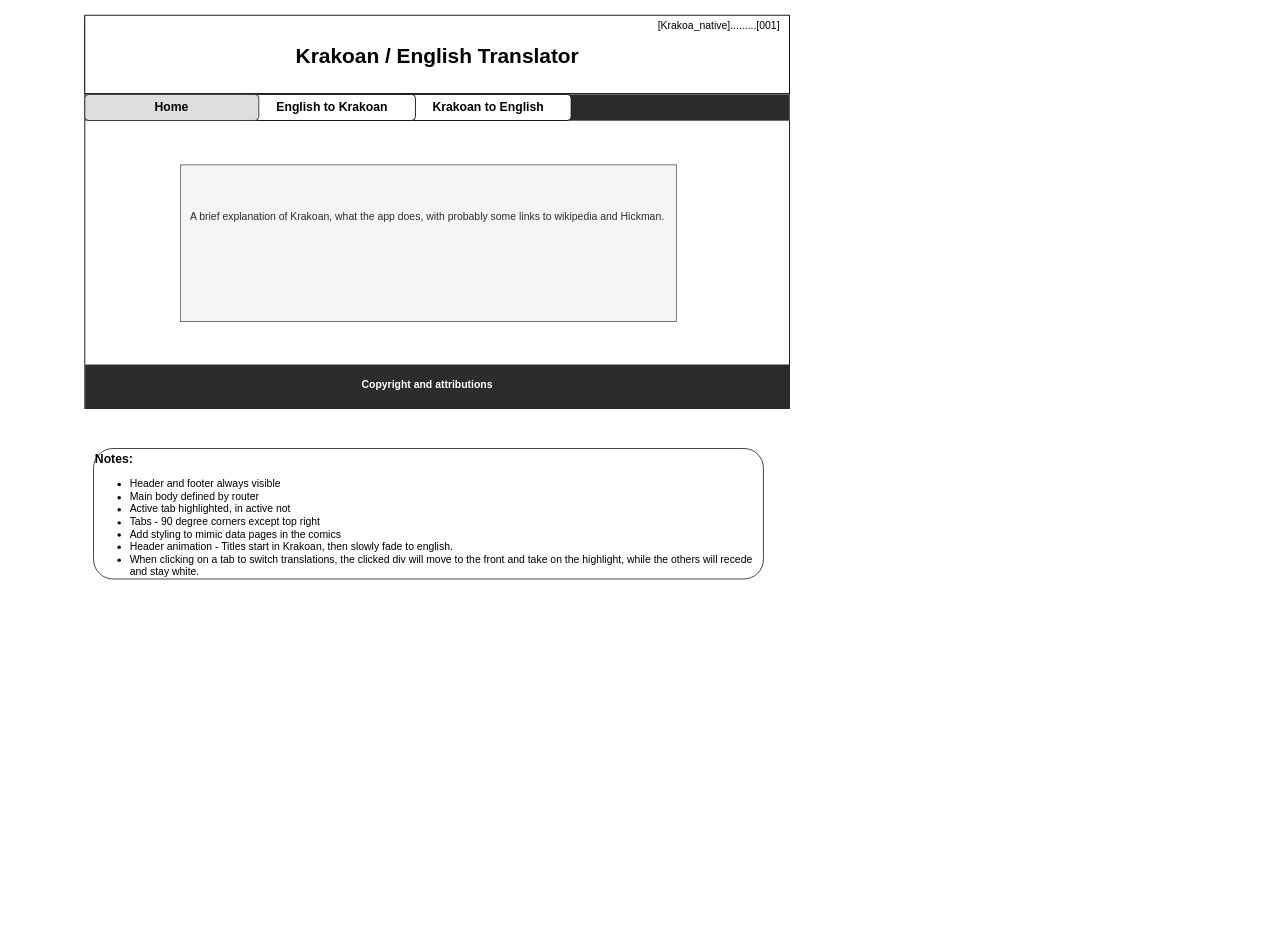
Before: page "K to E" (3 of 3) of mockup-flowchart/mock-up-krakoan-translator.drawio in CaseyPitman/krakoan-translator, a draw.io diagram. Source tidied: cells renumbered, new cells numbered last; positions are measured from the earlier drawing's top-left corner, leaving out a move shared by most shapes. Both pictures are drawn from the tidied source at 87%, with x=0, y=0 at pixel (84, 15).
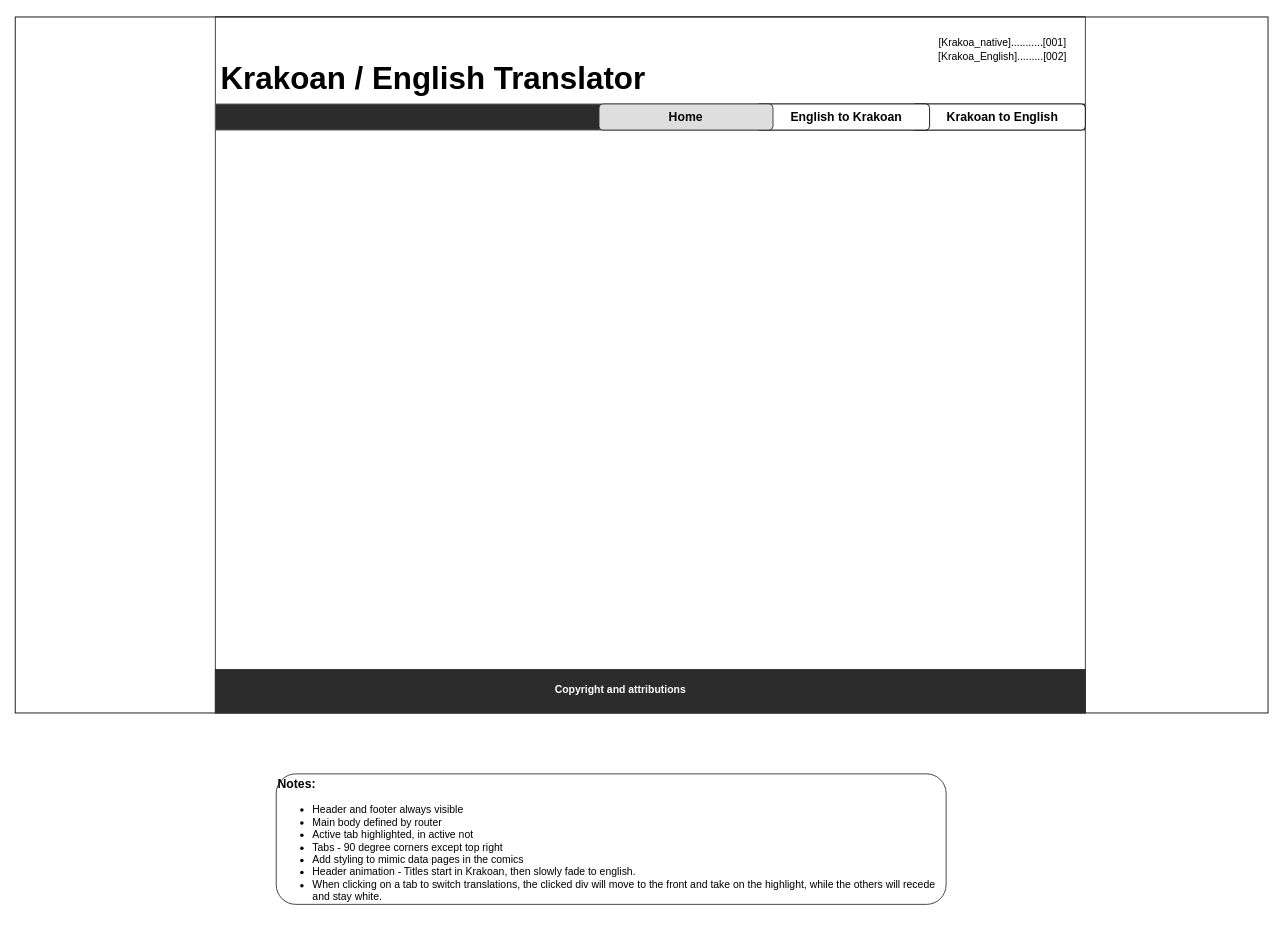
The same page after the edit.

Commit message:
Update mock-up-krakoan-translator.drawio: Mocked out actual width, added margins and data sheets styles to header.

What changed in the source:
```diff
@@
+    <mxCell id="20" style="rounded=0;whiteSpace=wrap;html=1;strokeColor=#2C2C2C;fillColor=none;gradientColor=none;fontColor=#000000;" parent="1" vertex="1">
+      <mxGeometry x="150" y="2" width="1000" height="100" as="geometry" />
+    </mxCell>
+    <mxCell id="3" style="rounded=0;whiteSpace=wrap;html=1;" parent="1" vertex="1">
+      <mxGeometry x="-80" y="2" width="1440" height="800" as="geometry" />
+    </mxCell>
+    <mxCell id="21" style="rounded=0;whiteSpace=wrap;html=1;strokeColor=#2C2C2C;gradientColor=none;fontColor=#000000;fillColor=none;" parent="1" vertex="1">
+      <mxGeometry x="150" y="2" width="1000" height="800" as="geometry" />
+    </mxCell>
     <mxCell id="2" value="&lt;h3&gt;Notes:&lt;/h3&gt;&lt;div&gt;&lt;ul&gt;&lt;li&gt;Header and footer always visible&lt;/li&gt;&lt;li&gt;Main body defined by router&lt;/li&gt;&lt;li&gt;Active tab highlighted, in active not&lt;/li&gt;&lt;li&gt;Tabs - 90 degree corners except top right&lt;/li&gt;&lt;li&gt;Add styling to mimic data pages in the comics&lt;/li&gt;&lt;li&gt;Header animation - Titles start in Krakoan, then slowly fade to english.&lt;/li&gt;&lt;li&gt;When clicking on a tab to switch translations, the clicked div will move to the front and take on the highlight, while the others will recede and stay white.&amp;nbsp;&lt;/li&gt;&lt;/ul&gt;&lt;/div&gt;" style="rounded=1;whiteSpace=wrap;html=1;strokeColor=#2C2C2C;gradientColor=none;fillColor=#FFFFFF;align=left;" parent="1" vertex="1">
-      <mxGeometry x="10" y="498" width="770" height="150" as="geometry" />
+      <mxGeometry x="220" y="872" width="770" height="150" as="geometry" />
     </mxCell>
-    <mxCell id="3" style="rounded=0;whiteSpace=wrap;html=1;" parent="1" vertex="1">
-      <mxGeometry y="2" width="810" height="450" as="geometry" />
-    </mxCell>
-    <mxCell id="4" style="rounded=0;whiteSpace=wrap;html=1;" parent="1" vertex="1">
-      <mxGeometry width="810" height="90" as="geometry" />
-    </mxCell>
-    <mxCell id="5" value="&lt;h1&gt;Krakoan / English Translator&lt;/h1&gt;" style="text;html=1;align=center;verticalAlign=middle;fillColor=none;strokeColor=none;rounded=0;" parent="1" vertex="1">
-      <mxGeometry x="235" y="22" width="340" height="50" as="geometry" />
+    <mxCell id="5" value="&lt;h1&gt;&lt;font style=&quot;font-size: 36px&quot;&gt;Krakoan / English Translator&lt;/font&gt;&lt;/h1&gt;" style="text;html=1;align=center;verticalAlign=middle;fillColor=none;strokeColor=none;rounded=0;" parent="1" vertex="1">
+      <mxGeometry x="150" y="42" width="500" height="60" as="geometry" />
     </mxCell>
-    <mxCell id="6" style="rounded=0;whiteSpace=wrap;html=1;fillColor=#f5f5f5;strokeColor=#666666;fontColor=#333333;" parent="1" vertex="1">
-      <mxGeometry x="110" y="172" width="570" height="180" as="geometry" />
-    </mxCell>
-    <mxCell id="7" style="rounded=0;whiteSpace=wrap;html=1;strokeColor=#2C2C2C;fillColor=#2c2c2c;" parent="1" vertex="1">
-      <mxGeometry x="1" y="402" width="809" height="50" as="geometry" />
-    </mxCell>
-    <mxCell id="8" value="&lt;h4&gt;Copyright and attributions&amp;nbsp;&lt;/h4&gt;" style="text;html=1;align=center;verticalAlign=middle;fillColor=none;strokeColor=none;rounded=0;fontColor=#FFFFFF;" parent="1" vertex="1">
-      <mxGeometry x="310" y="400" width="170" height="50" as="geometry" />
-    </mxCell>
-    <mxCell id="9" value="&lt;font color=&quot;#2c2c2c&quot;&gt;A brief explanation of Krakoan, what the app does, with probably some links to wikipedia and Hickman.&amp;nbsp;&lt;/font&gt;" style="text;html=1;align=center;verticalAlign=middle;fillColor=none;strokeColor=none;rounded=0;fontColor=#FFFFFF;" parent="1" vertex="1">
-      <mxGeometry x="115" y="222" width="560" height="20" as="geometry" />
-    </mxCell>
@@
     <mxCell id="11" style="rounded=0;whiteSpace=wrap;html=1;strokeColor=#666666;fontColor=#333333;fillColor=#2c2c2c;" parent="1" vertex="1">
-      <mxGeometry x="1" y="91" width="809" height="30" as="geometry" />
+      <mxGeometry x="150" y="102" width="1000" height="30" as="geometry" />
     </mxCell>
     <mxCell id="12" style="group;" parent="1" vertex="1">
-      <mxGeometry y="91" width="559" height="30" as="geometry" />
+      <mxGeometry x="591" y="102" width="559" height="30" as="geometry" />
     </mxCell>
@@
-    <mxCell id="19" value="[Krakoa_native].........[001]" style="text;html=1;strokeColor=none;fillColor=none;align=center;verticalAlign=middle;whiteSpace=wrap;rounded=0;fontColor=#000000;" parent="1" vertex="1">
-      <mxGeometry x="648" y="2" width="162" height="20" as="geometry" />
+    <mxCell id="19" value="[Krakoa_native]...........[001]" style="text;html=1;strokeColor=none;fillColor=none;align=center;verticalAlign=middle;whiteSpace=wrap;rounded=0;fontColor=#000000;" parent="1" vertex="1">
+      <mxGeometry x="974" y="22" width="162" height="20" as="geometry" />
     </mxCell>
+    <mxCell id="22" style="group;" parent="1" vertex="1">
+      <mxGeometry x="150" y="750" width="1000" height="52" as="geometry" />
+    </mxCell>
+    <mxCell id="7" style="rounded=0;whiteSpace=wrap;html=1;strokeColor=#2C2C2C;fillColor=#2c2c2c;" parent="22" vertex="1">
+      <mxGeometry y="2" width="1000" height="50" as="geometry" />
+    </mxCell>
+    <mxCell id="8" value="&lt;h4&gt;Copyright and attributions&amp;nbsp;&lt;/h4&gt;" style="text;html=1;align=center;verticalAlign=middle;fillColor=none;strokeColor=none;rounded=0;fontColor=#FFFFFF;" parent="22" vertex="1">
+      <mxGeometry x="382" width="170" height="50" as="geometry" />
+    </mxCell>
+    <mxCell id="23" value="[Krakoa_English].........[002]" style="text;html=1;strokeColor=none;fillColor=none;align=center;verticalAlign=middle;whiteSpace=wrap;rounded=0;fontColor=#000000;" parent="1" vertex="1">
+      <mxGeometry x="974" y="38" width="162" height="20" as="geometry" />
+    </mxCell>
```
